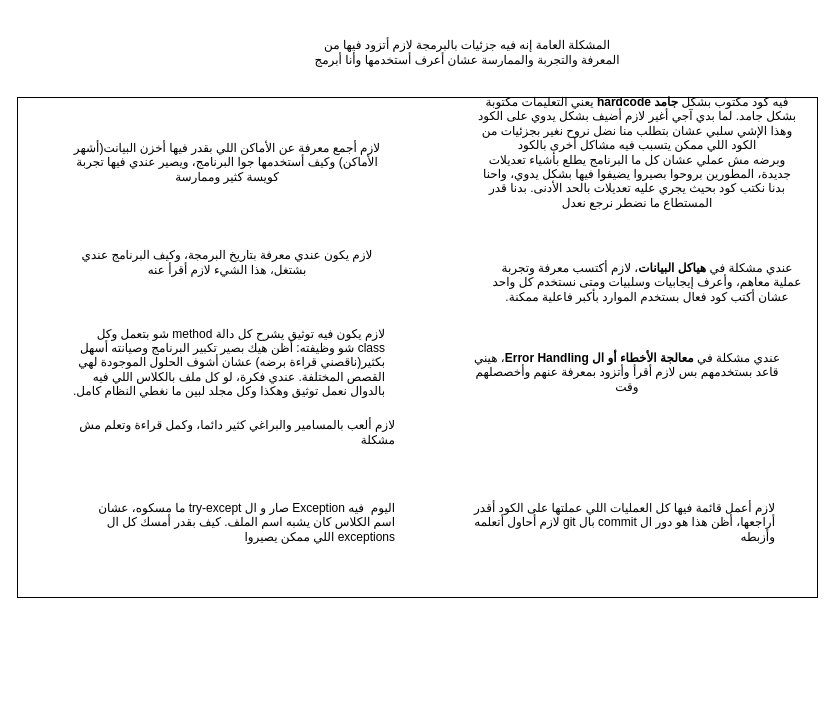
This is page "مشاكل الكود اللي بكتبه" (4 of 6) of ToDoList App.drawio from AbdallahDaradkeh-1/ToDoList-App, a draw.io file, before an edit. Source tidied: cells renumbered, new cells numbered last; positions are measured from the earlier drawing's top-left corner, leaving out a move shared by most shapes. Both pictures are drawn from the tidied source at 100%, with x=0, y=0 at pixel (17, 17).
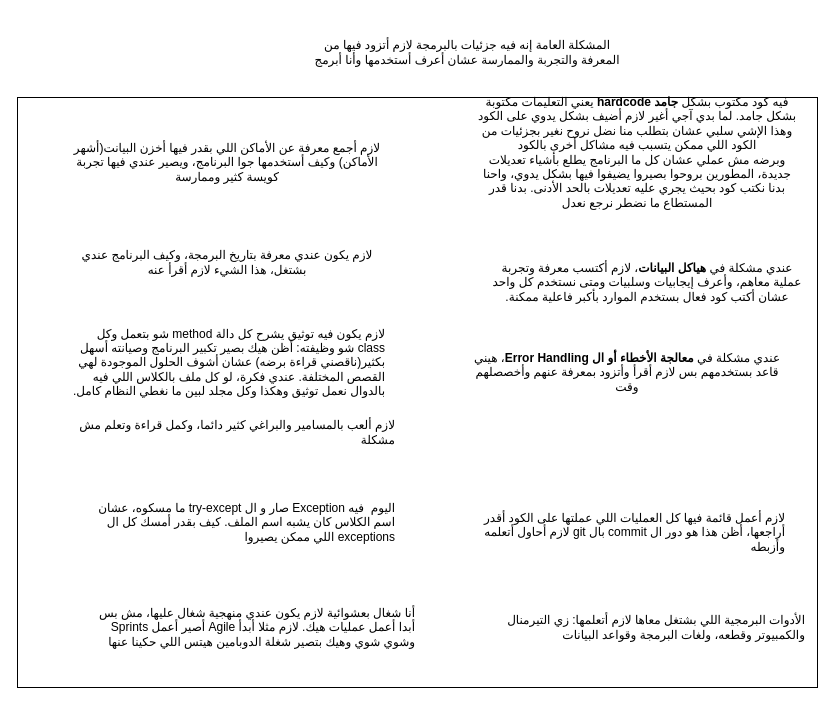
The same diagram, later.

What changed in the source:
```diff
@@
 <mxGraphModel>
   <root>
     <mxCell id="0" />
     <mxCell id="1" parent="0" />
     <mxCell id="2" style="rounded=0;whiteSpace=wrap;html=1;" parent="1" vertex="1">
-      <mxGeometry y="80" width="800" height="500" as="geometry" />
+      <mxGeometry y="80" width="800" height="590" as="geometry" />
     </mxCell>
     <mxCell id="3" value="&lt;div style=&quot;direction: rtl;&quot;&gt;&lt;span style=&quot;background-color: transparent; color: light-dark(rgb(0, 0, 0), rgb(255, 255, 255));&quot;&gt;فيه كود مكتوب بشكل &lt;b&gt;جامد &lt;/b&gt;&lt;b&gt;hardcode &lt;/b&gt;يعني التعليمات مكتوبة بشكل جامد. لما بدي آجي أغير لازم أضيف بشكل يدوي على الكود وهذا الإشي سلبي عشان بتطلب منا نضل نروح نغير بجزئيات من الكود اللي ممكن يتسبب فيه مشاكل أخرى بالكود&lt;br&gt;وبرضه مش عملي عشان كل ما البرنامج يطلع بأشياء تعديلات جديدة، المطورين بروحوا بصيروا يضيفوا فيها بشكل يدوي، واحنا بدنا نكتب كود بحيث يجري عليه تعديلات بالحد الأدنى. بدنا قدر المستطاع ما نضطر نرجع نعدل&lt;/span&gt;&lt;/div&gt;" style="text;html=1;whiteSpace=wrap;strokeColor=none;fillColor=none;align=center;verticalAlign=middle;rounded=0;" parent="1" vertex="1">
       <mxGeometry x="460" y="100" width="320" height="70" as="geometry" />
     </mxCell>
     <mxCell id="4" value="&lt;div style=&quot;direction: rtl;&quot;&gt;&lt;span style=&quot;background-color: transparent; color: light-dark(rgb(0, 0, 0), rgb(255, 255, 255));&quot;&gt;عندي مشكلة في &lt;b&gt;معالجة الأخطاء أو ال Error Handling&lt;/b&gt;، هيني قاعد بستخدمهم بس لازم أقرأ وأتزود بمعرفة عنهم وأخصصلهم وقت&lt;/span&gt;&lt;/div&gt;" style="text;html=1;whiteSpace=wrap;strokeColor=none;fillColor=none;align=center;verticalAlign=middle;rounded=0;" parent="1" vertex="1">
       <mxGeometry x="450" y="320" width="320" height="70" as="geometry" />
     </mxCell>
     <mxCell id="5" value="&lt;div style=&quot;direction: rtl;&quot;&gt;&lt;span style=&quot;background-color: transparent; color: light-dark(rgb(0, 0, 0), rgb(255, 255, 255));&quot;&gt;عندي مشكلة في &lt;b&gt;هياكل البيانات&lt;/b&gt;، لازم أكتسب معرفة وتجربة عملية معاهم، وأعرف إيجابيات وسلبيات ومتى نستخدم كل واحد عشان أكتب كود فعال بستخدم الموارد بأكبر فاعلية ممكنة.&lt;/span&gt;&lt;/div&gt;" style="text;html=1;whiteSpace=wrap;strokeColor=none;fillColor=none;align=center;verticalAlign=middle;rounded=0;" parent="1" vertex="1">
       <mxGeometry x="470" y="230" width="320" height="70" as="geometry" />
     </mxCell>
     <mxCell id="6" value="&lt;div style=&quot;direction: rtl;&quot;&gt;المشكلة العامة إنه فيه جزئيات بالبرمجة لازم أتزود فيها من المعرفة والتجربة والممارسة عشان أعرف أستخدمها وأنا أبرمج&lt;/div&gt;" style="text;html=1;whiteSpace=wrap;strokeColor=none;fillColor=none;align=center;verticalAlign=middle;rounded=0;" parent="1" vertex="1">
       <mxGeometry x="290" width="320" height="70" as="geometry" />
     </mxCell>
     <mxCell id="7" value="&lt;div style=&quot;direction: rtl;&quot;&gt;لازم أجمع معرفة عن الأماكن اللي بقدر فيها أخزن البيانت(أشهر الأماكن) وكيف أستخدمها جوا البرنامج، ويصير عندي فيها تجربة كويسة كثير وممارسة&lt;/div&gt;" style="text;html=1;whiteSpace=wrap;strokeColor=none;fillColor=none;align=center;verticalAlign=middle;rounded=0;" parent="1" vertex="1">
       <mxGeometry x="50" y="110" width="320" height="70" as="geometry" />
     </mxCell>
     <mxCell id="8" value="لازم يكون عندي معرفة بتاريخ البرمجة، وكيف البرنامج عندي بشتغل، هذا الشيء لازم أقرأ عنه" style="text;html=1;whiteSpace=wrap;strokeColor=none;fillColor=none;align=center;verticalAlign=middle;rounded=0;" parent="1" vertex="1">
       <mxGeometry x="50" y="210" width="320" height="70" as="geometry" />
     </mxCell>
     <mxCell id="9" value="&lt;div style=&quot;direction: rtl;&quot;&gt;لازم يكون فيه توثيق يشرح كل دالة method شو بتعمل وكل class شو وظيفته: أظن هيك بصير تكبير البرنامج وصيانته أسهل بكثير(ناقصني قراءة برضه) عشان أشوف الحلول الموجودة لهي القصص المختلفة. عندي فكرة، لو كل ملف بالكلاس اللي فيه بالدوال نعمل توثيق وهكذا وكل مجلد لبين ما نغطي النظام كامل.&lt;/div&gt;" style="text;html=1;whiteSpace=wrap;strokeColor=none;fillColor=none;align=right;verticalAlign=middle;rounded=0;" parent="1" vertex="1">
       <mxGeometry x="50" y="310" width="320" height="70" as="geometry" />
     </mxCell>
     <mxCell id="10" value="لازم ألعب بالمسامير والبراغي كثير دائما، وكمل قراءة وتعلم مش مشكلة" style="text;html=1;whiteSpace=wrap;strokeColor=none;fillColor=none;align=right;verticalAlign=middle;rounded=0;" parent="1" vertex="1">
       <mxGeometry x="60" y="380" width="320" height="70" as="geometry" />
     </mxCell>
     <mxCell id="11" value="&lt;div style=&quot;direction: rtl;&quot;&gt;&lt;span style=&quot;background-color: transparent; color: light-dark(rgb(0, 0, 0), rgb(255, 255, 255));&quot;&gt;اليوم&amp;nbsp; فيه Exception صار و ال try-except ما مسكوه، عشان اسم الكلاس كان يشبه اسم الملف. كيف بقدر أمسك كل ال exceptions اللي ممكن يصيروا&lt;/span&gt;&lt;/div&gt;" style="text;html=1;whiteSpace=wrap;strokeColor=none;fillColor=none;align=right;verticalAlign=middle;rounded=0;" parent="1" vertex="1">
       <mxGeometry x="60" y="470" width="320" height="70" as="geometry" />
     </mxCell>
-    <mxCell id="12" value="&lt;div style=&quot;direction: rtl;&quot;&gt;لازم أعمل قائمة فيها كل العمليات اللي عملتها على الكود أقدر أراجعها، أظن هذا هو دور ال commit بال git لازم أحاول أتعلمه وأزبطه&lt;/div&gt;" style="text;html=1;whiteSpace=wrap;strokeColor=none;fillColor=none;align=right;verticalAlign=middle;rounded=0;" parent="1" vertex="1">
-      <mxGeometry x="440" y="470" width="320" height="70" as="geometry" />
+    <mxCell id="12" value="الأدوات البرمجية اللي بشتغل معاها لازم أتعلمها: زي التيرمنال والكمبيوتر وقطعه، ولغات البرمجة وقواعد البيانات" style="text;html=1;whiteSpace=wrap;strokeColor=none;fillColor=none;align=right;verticalAlign=middle;rounded=0;" parent="1" vertex="1">
+      <mxGeometry x="470" y="575" width="320" height="70" as="geometry" />
     </mxCell>
+    <mxCell id="13" value="&lt;div style=&quot;direction: rtl;&quot;&gt;لازم أعمل قائمة فيها كل العمليات اللي عملتها على الكود أقدر أراجعها، أظن هذا هو دور ال commit بال git لازم أحاول أتعلمه وأزبطه&lt;/div&gt;" style="text;html=1;whiteSpace=wrap;strokeColor=none;fillColor=none;align=right;verticalAlign=middle;rounded=0;" parent="1" vertex="1">
+      <mxGeometry x="450" y="480" width="320" height="70" as="geometry" />
+    </mxCell>
+    <mxCell id="14" value="&lt;div style=&quot;direction: rtl;&quot;&gt;&lt;span style=&quot;background-color: transparent; color: light-dark(rgb(0, 0, 0), rgb(255, 255, 255));&quot;&gt;أنا شغال بعشوائية لازم يكون عندي منهجية شغال عليها، مش بس أبدا أعمل عمليات هيك. لازم مثلا أبدأ Agile أصير أعمل Sprints وشوي شوي وهيك بتصير شغلة الدوبامين هيتس اللي حكينا عنها&lt;/span&gt;&lt;/div&gt;" style="text;html=1;whiteSpace=wrap;strokeColor=none;fillColor=none;align=right;verticalAlign=middle;rounded=0;" parent="1" vertex="1">
+      <mxGeometry x="80" y="575" width="320" height="70" as="geometry" />
+    </mxCell>
   </root>
 </mxGraphModel>
```
